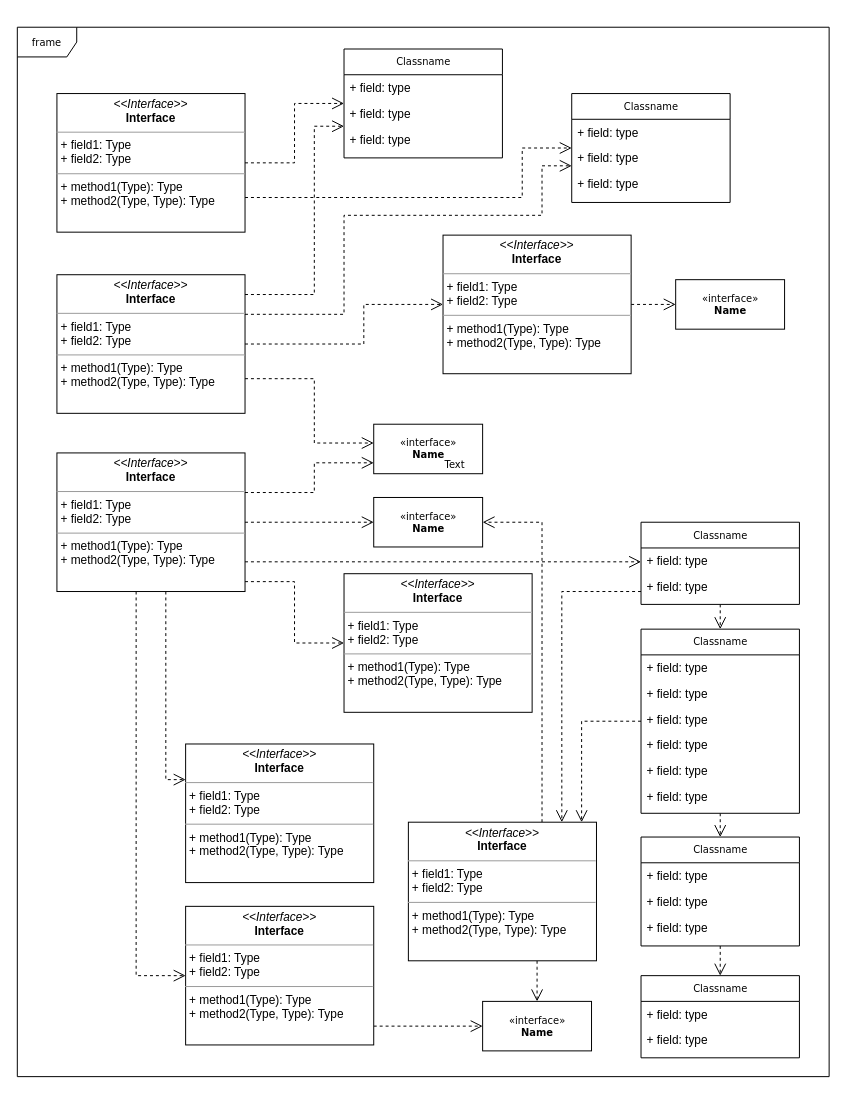
Above: Untitled Diagram.drawio in IzabellaPavlova/more_experiences (draw.io), before the change. Source tidied: cells renumbered, new cells numbered last; positions are measured from the earlier drawing's top-left corner, leaving out a move shared by most shapes. Both pictures are drawn from the tidied source at 99%, with x=0, y=0 at pixel (17, 27).
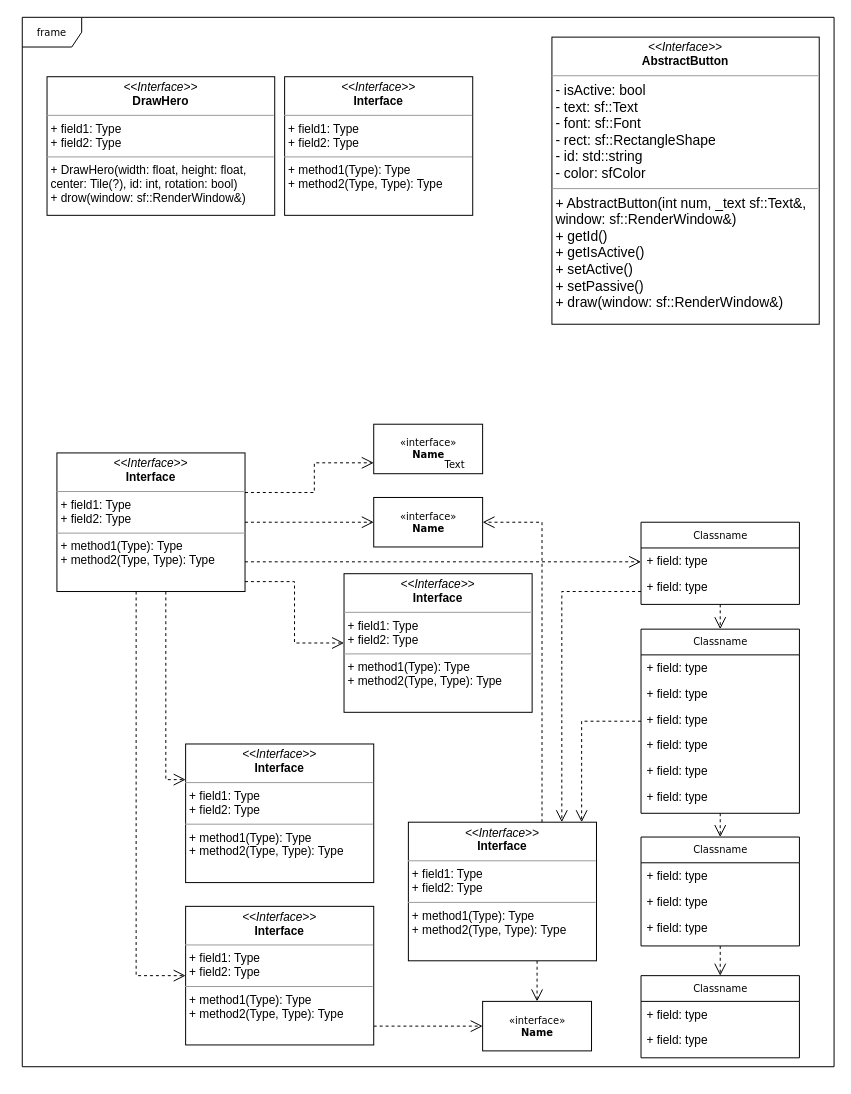
The same page after the edit.

Unchanged cells that the change refers to:
```xml
<mxCell id="41" value="&amp;laquo;interface&amp;raquo;&lt;br&gt;&lt;b&gt;Name&lt;/b&gt;" style="html=1;rounded=0;shadow=0;comic=0;labelBackgroundColor=none;strokeWidth=1;fontFamily=Verdana;fontSize=10;align=center;" parent="1" vertex="1">
  <mxGeometry x="360" y="401" width="110" height="50" as="geometry" />
</mxCell>
```

Change to the diagram source:
```diff
@@
     <mxCell id="2" value="frame" style="shape=umlFrame;whiteSpace=wrap;html=1;rounded=0;shadow=0;comic=0;labelBackgroundColor=none;strokeWidth=1;fontFamily=Verdana;fontSize=10;align=center;" parent="1" vertex="1">
-      <mxGeometry width="820" height="1060" as="geometry" />
+      <mxGeometry x="5" y="-10" width="820" height="1060" as="geometry" />
     </mxCell>
@@
-    <mxCell id="12" value="Classname" style="swimlane;html=1;fontStyle=0;horizontal=1;startSize=26;fillColor=none;swimlaneFillColor=#ffffff;rounded=0;shadow=0;comic=0;labelBackgroundColor=none;strokeWidth=1;fontFamily=Verdana;fontSize=10;align=center;" parent="1" vertex="1">
-      <mxGeometry x="330" y="22" width="160" height="110" as="geometry" />
-    </mxCell>
-    <mxCell id="13" value="+ field: type" style="text;html=1;strokeColor=none;fillColor=none;align=left;verticalAlign=top;spacingLeft=4;spacingRight=4;whiteSpace=wrap;overflow=hidden;" parent="12" vertex="1">
-      <mxGeometry y="26" width="160" height="26" as="geometry" />
-    </mxCell>
-    <mxCell id="14" value="+ field: type" style="text;html=1;strokeColor=none;fillColor=none;align=left;verticalAlign=top;spacingLeft=4;spacingRight=4;whiteSpace=wrap;overflow=hidden;" parent="12" vertex="1">
-      <mxGeometry y="52" width="160" height="26" as="geometry" />
-    </mxCell>
-    <mxCell id="15" value="+ field: type" style="text;html=1;strokeColor=none;fillColor=none;align=left;verticalAlign=top;spacingLeft=4;spacingRight=4;whiteSpace=wrap;overflow=hidden;" parent="12" vertex="1">
-      <mxGeometry y="78" width="160" height="26" as="geometry" />
-    </mxCell>
-    <mxCell id="16" value="Classname" style="swimlane;html=1;fontStyle=0;horizontal=1;startSize=26;fillColor=none;swimlaneFillColor=#ffffff;rounded=0;shadow=0;comic=0;labelBackgroundColor=none;strokeWidth=1;fontFamily=Verdana;fontSize=10;align=center;" parent="1" vertex="1">
-      <mxGeometry x="560" y="67" width="160" height="110" as="geometry" />
-    </mxCell>
-    <mxCell id="17" value="+ field: type" style="text;html=1;strokeColor=none;fillColor=none;align=left;verticalAlign=top;spacingLeft=4;spacingRight=4;whiteSpace=wrap;overflow=hidden;" parent="16" vertex="1">
-      <mxGeometry y="26" width="160" height="26" as="geometry" />
-    </mxCell>
-    <mxCell id="18" value="+ field: type" style="text;html=1;strokeColor=none;fillColor=none;align=left;verticalAlign=top;spacingLeft=4;spacingRight=4;whiteSpace=wrap;overflow=hidden;" parent="16" vertex="1">
-      <mxGeometry y="52" width="160" height="26" as="geometry" />
-    </mxCell>
-    <mxCell id="19" value="+ field: type" style="text;html=1;strokeColor=none;fillColor=none;align=left;verticalAlign=top;spacingLeft=4;spacingRight=4;whiteSpace=wrap;overflow=hidden;" parent="16" vertex="1">
-      <mxGeometry y="78" width="160" height="26" as="geometry" />
-    </mxCell>
@@
-    <mxCell id="42" style="edgeStyle=orthogonalEdgeStyle;rounded=0;html=1;dashed=1;labelBackgroundColor=none;startFill=0;endArrow=open;endFill=0;endSize=10;fontFamily=Verdana;fontSize=10;" parent="1" edge="1" source="43" target="45">
-      <mxGeometry relative="1" as="geometry" />
-    </mxCell>
-    <mxCell id="43" value="&lt;p style=&quot;margin:0px;margin-top:4px;text-align:center;&quot;&gt;&lt;i&gt;&amp;lt;&amp;lt;Interface&amp;gt;&amp;gt;&lt;/i&gt;&lt;br/&gt;&lt;b&gt;Interface&lt;/b&gt;&lt;/p&gt;&lt;hr size=&quot;1&quot;/&gt;&lt;p style=&quot;margin:0px;margin-left:4px;&quot;&gt;+ field1: Type&lt;br/&gt;+ field2: Type&lt;/p&gt;&lt;hr size=&quot;1&quot;/&gt;&lt;p style=&quot;margin:0px;margin-left:4px;&quot;&gt;+ method1(Type): Type&lt;br/&gt;+ method2(Type, Type): Type&lt;/p&gt;" style="verticalAlign=top;align=left;overflow=fill;fontSize=12;fontFamily=Helvetica;html=1;rounded=0;shadow=0;comic=0;labelBackgroundColor=none;strokeWidth=1;" parent="1" vertex="1">
-      <mxGeometry x="430" y="210" width="190" height="140" as="geometry" />
+    <mxCell id="43" value="&lt;p style=&quot;margin: 0px ; margin-top: 4px ; text-align: center&quot;&gt;&lt;i&gt;&amp;lt;&amp;lt;Interface&amp;gt;&amp;gt;&lt;/i&gt;&lt;br&gt;&lt;b&gt;AbstractButton&lt;/b&gt;&lt;/p&gt;&lt;hr size=&quot;1&quot;&gt;&lt;p style=&quot;margin: 0px 0px 0px 4px ; font-size: 14px&quot;&gt;- isActive: bool&lt;/p&gt;&lt;p style=&quot;margin: 0px 0px 0px 4px ; font-size: 14px&quot;&gt;- text: sf::Text&lt;/p&gt;&lt;p style=&quot;margin: 0px 0px 0px 4px ; font-size: 14px&quot;&gt;- font: sf::Font&lt;/p&gt;&lt;p style=&quot;margin: 0px 0px 0px 4px ; font-size: 14px&quot;&gt;- rect: sf::RectangleShape&lt;/p&gt;&lt;p style=&quot;margin: 0px 0px 0px 4px ; font-size: 14px&quot;&gt;- id: std::string&lt;/p&gt;&lt;p style=&quot;margin: 0px 0px 0px 4px ; font-size: 14px&quot;&gt;- color: sfColor&lt;/p&gt;&lt;hr size=&quot;1&quot;&gt;&lt;p style=&quot;margin: 0px 0px 0px 4px ; font-size: 14px&quot;&gt;+ AbstractButton(int num, _text sf::Text&amp;amp;,&amp;nbsp;&lt;/p&gt;&lt;p style=&quot;margin: 0px 0px 0px 4px ; font-size: 14px&quot;&gt;window: sf::RenderWindow&amp;amp;)&lt;br&gt;+ getId()&lt;/p&gt;&lt;p style=&quot;margin: 0px 0px 0px 4px ; font-size: 14px&quot;&gt;+ getIsActive()&lt;/p&gt;&lt;p style=&quot;margin: 0px 0px 0px 4px ; font-size: 14px&quot;&gt;+ setActive()&lt;/p&gt;&lt;p style=&quot;margin: 0px 0px 0px 4px ; font-size: 14px&quot;&gt;+ setPassive()&lt;/p&gt;&lt;p style=&quot;margin: 0px 0px 0px 4px ; font-size: 14px&quot;&gt;+ draw(window: sf::RenderWindow&amp;amp;)&lt;/p&gt;" style="verticalAlign=top;align=left;overflow=fill;fontSize=12;fontFamily=Helvetica;html=1;rounded=0;shadow=0;comic=0;labelBackgroundColor=none;strokeWidth=1;" parent="1" vertex="1">
+      <mxGeometry x="540" y="10" width="270" height="290" as="geometry" />
     </mxCell>
@@
-    <mxCell id="45" value="&amp;laquo;interface&amp;raquo;&lt;br&gt;&lt;b&gt;Name&lt;/b&gt;" style="html=1;rounded=0;shadow=0;comic=0;labelBackgroundColor=none;strokeWidth=1;fontFamily=Verdana;fontSize=10;align=center;" parent="1" vertex="1">
-      <mxGeometry x="665" y="255" width="110" height="50" as="geometry" />
-    </mxCell>
-    <mxCell id="46" style="edgeStyle=orthogonalEdgeStyle;rounded=0;html=1;labelBackgroundColor=none;startFill=0;endArrow=open;endFill=0;endSize=10;fontFamily=Verdana;fontSize=10;dashed=1;" parent="1" edge="1" source="48" target="12">
-      <mxGeometry relative="1" as="geometry" />
-    </mxCell>
-    <mxCell id="47" style="edgeStyle=orthogonalEdgeStyle;rounded=0;html=1;exitX=1;exitY=0.75;dashed=1;labelBackgroundColor=none;startFill=0;endArrow=open;endFill=0;endSize=10;fontFamily=Verdana;fontSize=10;" parent="1" edge="1" source="48" target="16">
-      <mxGeometry relative="1" as="geometry">
-        <Array as="points">
-          <mxPoint x="510" y="172" />
-          <mxPoint x="510" y="122" />
-        </Array>
-      </mxGeometry>
-    </mxCell>
-    <mxCell id="48" value="&lt;p style=&quot;margin:0px;margin-top:4px;text-align:center;&quot;&gt;&lt;i&gt;&amp;lt;&amp;lt;Interface&amp;gt;&amp;gt;&lt;/i&gt;&lt;br/&gt;&lt;b&gt;Interface&lt;/b&gt;&lt;/p&gt;&lt;hr size=&quot;1&quot;/&gt;&lt;p style=&quot;margin:0px;margin-left:4px;&quot;&gt;+ field1: Type&lt;br/&gt;+ field2: Type&lt;/p&gt;&lt;hr size=&quot;1&quot;/&gt;&lt;p style=&quot;margin:0px;margin-left:4px;&quot;&gt;+ method1(Type): Type&lt;br/&gt;+ method2(Type, Type): Type&lt;/p&gt;" style="verticalAlign=top;align=left;overflow=fill;fontSize=12;fontFamily=Helvetica;html=1;rounded=0;shadow=0;comic=0;labelBackgroundColor=none;strokeWidth=1;" parent="1" vertex="1">
-      <mxGeometry x="40" y="67" width="190" height="140" as="geometry" />
+    <mxCell id="48" value="&lt;p style=&quot;margin: 0px ; margin-top: 4px ; text-align: center&quot;&gt;&lt;i&gt;&amp;lt;&amp;lt;Interface&amp;gt;&amp;gt;&lt;/i&gt;&lt;br&gt;&lt;b&gt;DrawHero&lt;/b&gt;&lt;/p&gt;&lt;hr size=&quot;1&quot;&gt;&lt;p style=&quot;margin: 0px ; margin-left: 4px&quot;&gt;+ field1: Type&lt;br&gt;+ field2: Type&lt;/p&gt;&lt;hr size=&quot;1&quot;&gt;&lt;p style=&quot;margin: 0px ; margin-left: 4px&quot;&gt;+ DrawHero(width: float, height: float,&amp;nbsp;&lt;/p&gt;&lt;p style=&quot;margin: 0px ; margin-left: 4px&quot;&gt;center: Tile(?), id: int, rotation: bool)&lt;br&gt;+ drow(window: sf::RenderWindow&amp;amp;)&lt;/p&gt;" style="verticalAlign=top;align=left;overflow=fill;fontSize=12;fontFamily=Helvetica;html=1;rounded=0;shadow=0;comic=0;labelBackgroundColor=none;strokeWidth=1;" parent="1" vertex="1">
+      <mxGeometry x="30" y="50" width="230" height="140" as="geometry" />
     </mxCell>
-    <mxCell id="49" style="edgeStyle=orthogonalEdgeStyle;rounded=0;html=1;dashed=1;labelBackgroundColor=none;startFill=0;endArrow=open;endFill=0;endSize=10;fontFamily=Verdana;fontSize=10;" parent="1" edge="1" source="53" target="12">
-      <mxGeometry relative="1" as="geometry">
-        <Array as="points">
-          <mxPoint x="300" y="270" />
-          <mxPoint x="300" y="100" />
-        </Array>
-      </mxGeometry>
-    </mxCell>
-    <mxCell id="50" style="edgeStyle=orthogonalEdgeStyle;rounded=0;html=1;dashed=1;labelBackgroundColor=none;startFill=0;endArrow=open;endFill=0;endSize=10;fontFamily=Verdana;fontSize=10;" parent="1" edge="1" source="53" target="16">
-      <mxGeometry relative="1" as="geometry">
-        <Array as="points">
-          <mxPoint x="330" y="290" />
-          <mxPoint x="330" y="190" />
-          <mxPoint x="530" y="190" />
-          <mxPoint x="530" y="140" />
-        </Array>
-      </mxGeometry>
-    </mxCell>
-    <mxCell id="51" style="edgeStyle=orthogonalEdgeStyle;rounded=0;html=1;dashed=1;labelBackgroundColor=none;startFill=0;endArrow=open;endFill=0;endSize=10;fontFamily=Verdana;fontSize=10;" parent="1" edge="1" source="53" target="43">
-      <mxGeometry relative="1" as="geometry">
-        <Array as="points">
-          <mxPoint x="350" y="320" />
-          <mxPoint x="350" y="280" />
-        </Array>
-      </mxGeometry>
-    </mxCell>
-    <mxCell id="52" style="edgeStyle=orthogonalEdgeStyle;rounded=0;html=1;exitX=1;exitY=0.75;dashed=1;labelBackgroundColor=none;startFill=0;endArrow=open;endFill=0;endSize=10;fontFamily=Verdana;fontSize=10;" parent="1" edge="1" source="53" target="41">
-      <mxGeometry relative="1" as="geometry">
-        <Array as="points">
-          <mxPoint x="300" y="355" />
-          <mxPoint x="300" y="420" />
-        </Array>
-      </mxGeometry>
-    </mxCell>
     <mxCell id="53" value="&lt;p style=&quot;margin:0px;margin-top:4px;text-align:center;&quot;&gt;&lt;i&gt;&amp;lt;&amp;lt;Interface&amp;gt;&amp;gt;&lt;/i&gt;&lt;br/&gt;&lt;b&gt;Interface&lt;/b&gt;&lt;/p&gt;&lt;hr size=&quot;1&quot;/&gt;&lt;p style=&quot;margin:0px;margin-left:4px;&quot;&gt;+ field1: Type&lt;br/&gt;+ field2: Type&lt;/p&gt;&lt;hr size=&quot;1&quot;/&gt;&lt;p style=&quot;margin:0px;margin-left:4px;&quot;&gt;+ method1(Type): Type&lt;br/&gt;+ method2(Type, Type): Type&lt;/p&gt;" style="verticalAlign=top;align=left;overflow=fill;fontSize=12;fontFamily=Helvetica;html=1;rounded=0;shadow=0;comic=0;labelBackgroundColor=none;strokeWidth=1;" parent="1" vertex="1">
-      <mxGeometry x="40" y="250" width="190" height="140" as="geometry" />
+      <mxGeometry x="270" y="50" width="190" height="140" as="geometry" />
     </mxCell>
```
